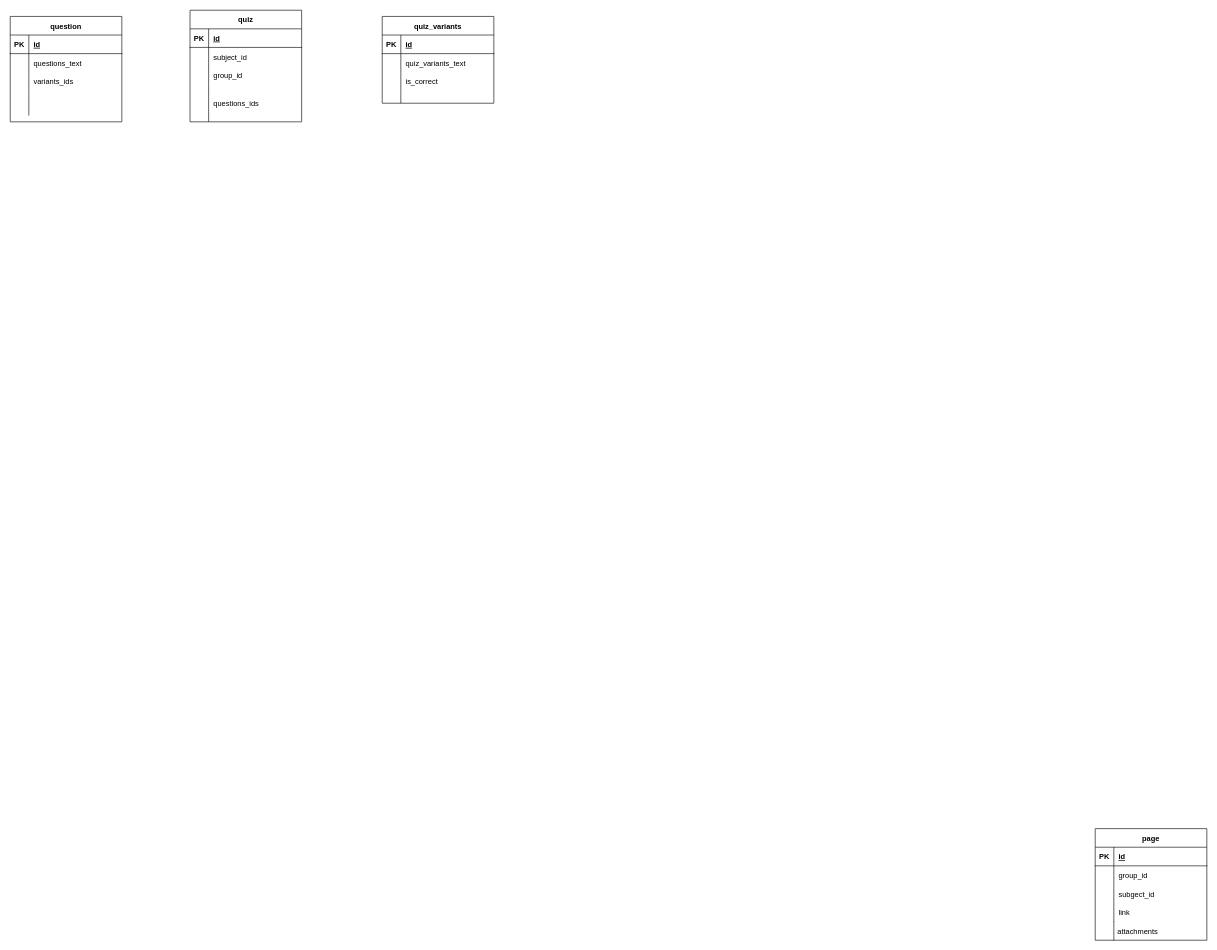
This is Untitled Diagram.drawio from student-archive/backend, a draw.io file, before an edit. Source tidied: cells renumbered, new cells numbered last; positions are measured from the earlier drawing's top-left corner, leaving out a move shared by most shapes. Both pictures are drawn from the tidied source at 62%, with x=0, y=0 at pixel (10, 10).
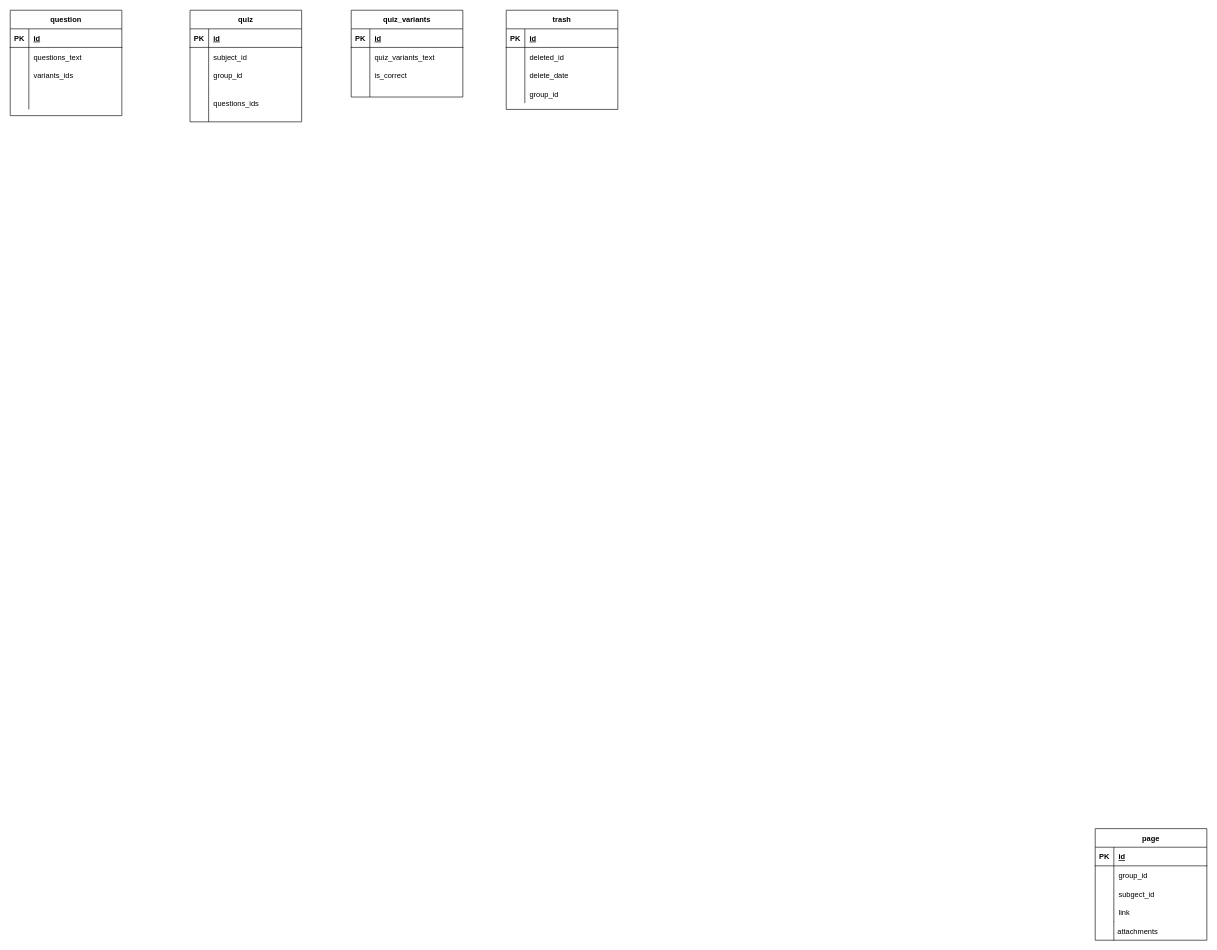
The same page after the edit.

Commit message:
feat(databases): add trash table

Diff of the diagram source:
```diff
@@
     <mxCell id="30" value="quiz_variants" style="shape=table;startSize=30;childLayout=tableLayout;rowLines=0;fontStyle=1;align=center;" parent="1" vertex="1">
-      <mxGeometry x="600" y="10" width="180" height="140" as="geometry" />
+      <mxGeometry x="550" width="180" height="140" as="geometry" />
     </mxCell>
@@
     <mxCell id="43" value="question" style="shape=table;startSize=30;childLayout=tableLayout;rowLines=0;fontStyle=1;align=center;" parent="1" vertex="1">
-      <mxGeometry y="10" width="180" height="170" as="geometry" />
+      <mxGeometry width="180" height="170" as="geometry" />
     </mxCell>
@@
+    <mxCell id="56" value="trash" style="shape=table;startSize=30;childLayout=tableLayout;rowLines=0;fontStyle=1;align=center;" parent="1" vertex="1">
+      <mxGeometry x="800" width="180" height="160" as="geometry" />
+    </mxCell>
+    <mxCell id="57" style="shape=tableRow;horizontal=0;startSize=0;swimlaneHead=0;swimlaneBody=0;fillColor=none;top=0;left=0;right=0;bottom=1;" parent="56" vertex="1">
+      <mxGeometry y="30" width="180" height="30" as="geometry" />
+    </mxCell>
+    <mxCell id="58" value="PK" style="shape=partialRectangle;fillColor=none;top=0;left=0;bottom=0;right=0;fontStyle=1;overflow=hidden;" parent="57" vertex="1">
+      <mxGeometry width="30" height="30" as="geometry" />
+    </mxCell>
+    <mxCell id="59" value="id" style="shape=partialRectangle;fillColor=none;top=0;left=0;bottom=0;right=0;align=left;spacingLeft=6;fontStyle=5;overflow=hidden;" parent="57" vertex="1">
+      <mxGeometry x="30" width="150" height="30" as="geometry" />
+    </mxCell>
+    <mxCell id="60" style="shape=tableRow;horizontal=0;startSize=0;swimlaneHead=0;swimlaneBody=0;fillColor=none;top=0;left=0;right=0;bottom=0;" parent="56" vertex="1">
+      <mxGeometry y="60" width="180" height="30" as="geometry" />
+    </mxCell>
+    <mxCell id="61" style="shape=partialRectangle;fillColor=none;top=0;left=0;bottom=0;right=0;overflow=hidden;" parent="60" vertex="1">
+      <mxGeometry width="30" height="30" as="geometry" />
+    </mxCell>
+    <mxCell id="62" value="deleted_id" style="shape=partialRectangle;fillColor=none;top=0;left=0;bottom=0;right=0;align=left;spacingLeft=6;overflow=hidden;" parent="60" vertex="1">
+      <mxGeometry x="30" width="150" height="30" as="geometry" />
+    </mxCell>
+    <mxCell id="63" style="shape=tableRow;horizontal=0;startSize=0;swimlaneHead=0;swimlaneBody=0;fillColor=none;top=0;left=0;right=0;bottom=0;" parent="56" vertex="1">
+      <mxGeometry y="90" width="180" height="30" as="geometry" />
+    </mxCell>
+    <mxCell id="64" style="shape=partialRectangle;fillColor=none;top=0;left=0;bottom=0;right=0;overflow=hidden;" parent="63" vertex="1">
+      <mxGeometry width="30" height="30" as="geometry" />
+    </mxCell>
+    <mxCell id="65" value="delete_date" style="shape=partialRectangle;fillColor=none;top=0;left=0;bottom=0;right=0;align=left;spacingLeft=6;overflow=hidden;" parent="63" vertex="1">
+      <mxGeometry x="30" width="150" height="30" as="geometry" />
+    </mxCell>
+    <mxCell id="66" style="shape=tableRow;horizontal=0;startSize=0;swimlaneHead=0;swimlaneBody=0;fillColor=none;top=0;left=0;right=0;bottom=0;" parent="56" vertex="1">
+      <mxGeometry y="120" width="180" height="30" as="geometry" />
+    </mxCell>
+    <mxCell id="67" style="shape=partialRectangle;fillColor=none;top=0;left=0;bottom=0;right=0;overflow=hidden;" parent="66" vertex="1">
+      <mxGeometry width="30" height="30" as="geometry" />
+    </mxCell>
+    <mxCell id="68" value="group_id" style="shape=partialRectangle;fillColor=none;top=0;left=0;bottom=0;right=0;align=left;spacingLeft=6;overflow=hidden;" parent="66" vertex="1">
+      <mxGeometry x="30" width="150" height="30" as="geometry" />
+    </mxCell>
```
